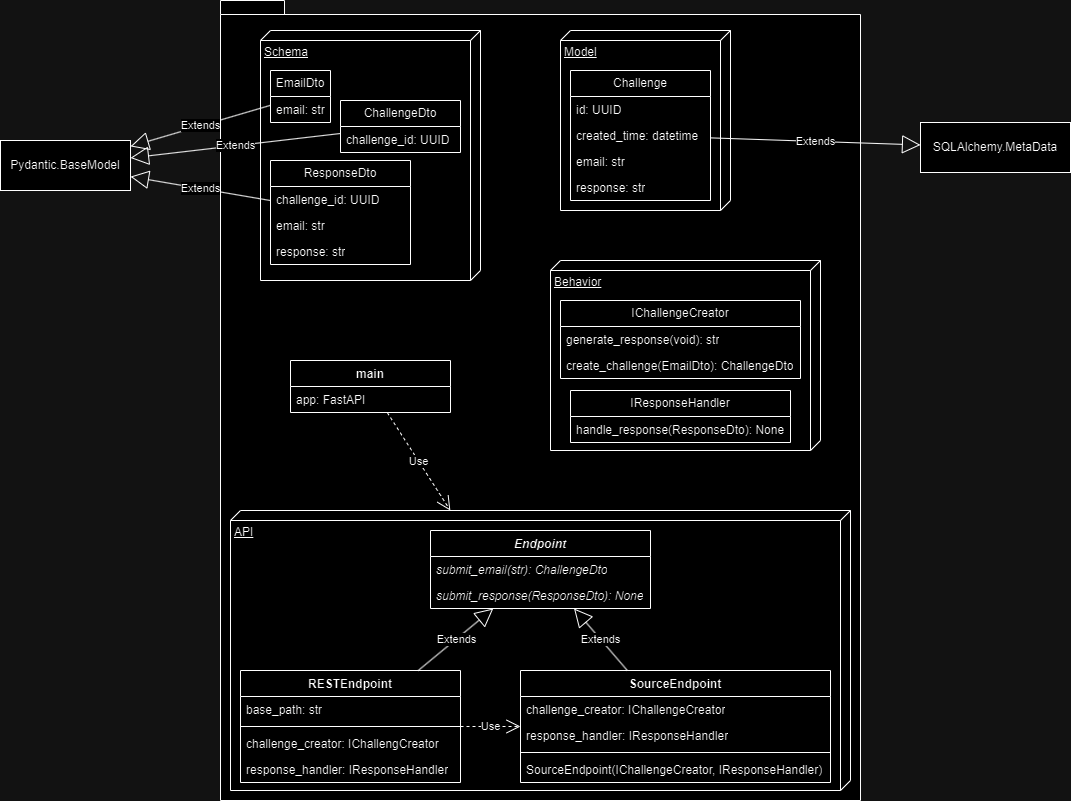
The draw.io diagram docs/uml.png in mwhicks-dev/authmail, before a commit. Source tidied: cells renumbered, new cells last; positions are measured from the earlier drawing's top-left corner, leaving out a move shared by most shapes. Its diagram source:
```xml
<mxGraphModel>
  <root>
    <mxCell id="0" />
    <mxCell id="1" parent="0" />
    <mxCell id="2" style="shape=folder;fontStyle=1;spacingTop=10;tabWidth=40;tabHeight=14;tabPosition=left;html=1;whiteSpace=wrap;" parent="1" vertex="1">
      <mxGeometry x="220" width="640" height="800" as="geometry" />
    </mxCell>
    <mxCell id="3" value="API" style="verticalAlign=top;align=left;spacingTop=8;spacingLeft=2;spacingRight=12;shape=cube;size=10;direction=south;fontStyle=4;html=1;whiteSpace=wrap;" parent="1" vertex="1">
      <mxGeometry x="230" y="510" width="620" height="280" as="geometry" />
    </mxCell>
    <mxCell id="4" value="Behavior" style="verticalAlign=top;align=left;spacingTop=8;spacingLeft=2;spacingRight=12;shape=cube;size=10;direction=south;fontStyle=4;html=1;whiteSpace=wrap;" parent="1" vertex="1">
      <mxGeometry x="550" y="260" width="270" height="190" as="geometry" />
    </mxCell>
    <mxCell id="5" value="Model" style="verticalAlign=top;align=left;spacingTop=8;spacingLeft=2;spacingRight=12;shape=cube;size=10;direction=south;fontStyle=4;html=1;whiteSpace=wrap;" parent="1" vertex="1">
      <mxGeometry x="560" y="30" width="170" height="180" as="geometry" />
    </mxCell>
    <mxCell id="6" value="Schema" style="verticalAlign=top;align=left;spacingTop=8;spacingLeft=2;spacingRight=12;shape=cube;size=10;direction=south;fontStyle=4;html=1;whiteSpace=wrap;" parent="1" vertex="1">
      <mxGeometry x="260" y="30" width="220" height="250" as="geometry" />
    </mxCell>
    <mxCell id="7" value="EmailDto" style="swimlane;fontStyle=0;horizontal=1;startSize=26;fillColor=none;whiteSpace=wrap;html=1;" parent="1" vertex="1">
      <mxGeometry x="270" y="70" width="60" height="52" as="geometry" />
    </mxCell>
    <mxCell id="8" value="email: str" style="text;strokeColor=none;fillColor=none;align=left;verticalAlign=top;spacingLeft=4;spacingRight=4;overflow=hidden;whiteSpace=wrap;html=1;" parent="7" vertex="1">
      <mxGeometry y="26" width="60" height="26" as="geometry" />
    </mxCell>
    <mxCell id="9" value="ChallengeDto" style="swimlane;fontStyle=0;horizontal=1;startSize=26;fillColor=none;whiteSpace=wrap;html=1;" parent="1" vertex="1">
      <mxGeometry x="340" y="100" width="120" height="52" as="geometry" />
    </mxCell>
    <mxCell id="10" value="challenge_id: UUID" style="text;strokeColor=none;fillColor=none;align=left;verticalAlign=top;spacingLeft=4;spacingRight=4;overflow=hidden;whiteSpace=wrap;html=1;" parent="9" vertex="1">
      <mxGeometry y="26" width="120" height="26" as="geometry" />
    </mxCell>
    <mxCell id="11" value="ResponseDto" style="swimlane;fontStyle=0;horizontal=1;startSize=26;fillColor=none;whiteSpace=wrap;html=1;" parent="1" vertex="1">
      <mxGeometry x="270" y="160" width="140" height="104" as="geometry" />
    </mxCell>
    <mxCell id="12" value="challenge_id: UUID" style="text;strokeColor=none;fillColor=none;align=left;verticalAlign=top;spacingLeft=4;spacingRight=4;overflow=hidden;whiteSpace=wrap;html=1;" parent="11" vertex="1">
      <mxGeometry y="26" width="140" height="26" as="geometry" />
    </mxCell>
    <mxCell id="13" value="email: str" style="text;strokeColor=none;fillColor=none;align=left;verticalAlign=top;spacingLeft=4;spacingRight=4;overflow=hidden;whiteSpace=wrap;html=1;" parent="11" vertex="1">
      <mxGeometry y="52" width="140" height="26" as="geometry" />
    </mxCell>
    <mxCell id="14" value="response: str" style="text;strokeColor=none;fillColor=none;align=left;verticalAlign=top;spacingLeft=4;spacingRight=4;overflow=hidden;whiteSpace=wrap;html=1;" parent="11" vertex="1">
      <mxGeometry y="78" width="140" height="26" as="geometry" />
    </mxCell>
    <mxCell id="15" value="Pydantic.BaseModel" style="html=1;whiteSpace=wrap;" parent="1" vertex="1">
      <mxGeometry y="140" width="130" height="50" as="geometry" />
    </mxCell>
    <mxCell id="16" value="Extends" style="endArrow=block;endSize=16;endFill=0;html=1;rounded=0;" parent="1" edge="1" source="7" target="15">
      <mxGeometry relative="1" as="geometry" />
    </mxCell>
    <mxCell id="17" value="Extends" style="endArrow=block;endSize=16;endFill=0;html=1;rounded=0;" parent="1" edge="1" source="11" target="15">
      <mxGeometry relative="1" as="geometry" />
    </mxCell>
    <mxCell id="18" value="Extends" style="endArrow=block;endSize=16;endFill=0;html=1;rounded=0;" parent="1" edge="1" source="9" target="15">
      <mxGeometry relative="1" as="geometry" />
    </mxCell>
    <mxCell id="19" value="Challenge" style="swimlane;fontStyle=0;horizontal=1;startSize=26;fillColor=none;whiteSpace=wrap;html=1;" parent="1" vertex="1">
      <mxGeometry x="570" y="70" width="140" height="130" as="geometry" />
    </mxCell>
    <mxCell id="20" value="id: UUID" style="text;strokeColor=none;fillColor=none;align=left;verticalAlign=top;spacingLeft=4;spacingRight=4;overflow=hidden;whiteSpace=wrap;html=1;" parent="19" vertex="1">
      <mxGeometry y="26" width="140" height="26" as="geometry" />
    </mxCell>
    <mxCell id="21" value="created_time: datetime" style="text;strokeColor=none;fillColor=none;align=left;verticalAlign=top;spacingLeft=4;spacingRight=4;overflow=hidden;whiteSpace=wrap;html=1;" parent="19" vertex="1">
      <mxGeometry y="52" width="140" height="26" as="geometry" />
    </mxCell>
    <mxCell id="22" value="email: str" style="text;strokeColor=none;fillColor=none;align=left;verticalAlign=top;spacingLeft=4;spacingRight=4;overflow=hidden;whiteSpace=wrap;html=1;" parent="19" vertex="1">
      <mxGeometry y="78" width="140" height="26" as="geometry" />
    </mxCell>
    <mxCell id="23" value="response: str" style="text;strokeColor=none;fillColor=none;align=left;verticalAlign=top;spacingLeft=4;spacingRight=4;overflow=hidden;whiteSpace=wrap;html=1;" parent="19" vertex="1">
      <mxGeometry y="104" width="140" height="26" as="geometry" />
    </mxCell>
    <mxCell id="24" value="SQLAlchemy.MetaData" style="html=1;whiteSpace=wrap;" parent="1" vertex="1">
      <mxGeometry x="920" y="122" width="150" height="50" as="geometry" />
    </mxCell>
    <mxCell id="25" value="Extends" style="endArrow=block;endSize=16;endFill=0;html=1;rounded=0;" parent="1" edge="1" source="19" target="24">
      <mxGeometry relative="1" as="geometry" />
    </mxCell>
    <mxCell id="26" value="IChallengeCreator" style="swimlane;fontStyle=0;horizontal=1;startSize=26;fillColor=none;whiteSpace=wrap;html=1;" parent="1" vertex="1">
      <mxGeometry x="560" y="300" width="240" height="78" as="geometry" />
    </mxCell>
    <mxCell id="27" value="generate_response(void): str" style="text;strokeColor=none;fillColor=none;align=left;verticalAlign=top;spacingLeft=4;spacingRight=4;overflow=hidden;whiteSpace=wrap;html=1;" parent="26" vertex="1">
      <mxGeometry y="26" width="240" height="26" as="geometry" />
    </mxCell>
    <mxCell id="28" value="create_challenge(EmailDto): ChallengeDto" style="text;strokeColor=none;fillColor=none;align=left;verticalAlign=top;spacingLeft=4;spacingRight=4;overflow=hidden;whiteSpace=wrap;html=1;" parent="26" vertex="1">
      <mxGeometry y="52" width="240" height="26" as="geometry" />
    </mxCell>
    <mxCell id="29" value="IResponseHandler" style="swimlane;fontStyle=0;horizontal=1;startSize=26;fillColor=none;whiteSpace=wrap;html=1;" parent="1" vertex="1">
      <mxGeometry x="570" y="390" width="220" height="52" as="geometry" />
    </mxCell>
    <mxCell id="30" value="handle_response(ResponseDto): None" style="text;strokeColor=none;fillColor=none;align=left;verticalAlign=top;spacingLeft=4;spacingRight=4;overflow=hidden;whiteSpace=wrap;html=1;" parent="29" vertex="1">
      <mxGeometry y="26" width="220" height="26" as="geometry" />
    </mxCell>
    <mxCell id="31" value="&lt;i&gt;Endpoint&lt;/i&gt;" style="swimlane;fontStyle=1;align=center;verticalAlign=top;horizontal=1;startSize=26;whiteSpace=wrap;html=1;" parent="1" vertex="1">
      <mxGeometry x="430" y="530" width="220" height="78" as="geometry" />
    </mxCell>
    <mxCell id="32" value="&lt;i&gt;submit_email(str): ChallengeDto&lt;/i&gt;" style="text;strokeColor=none;fillColor=none;align=left;verticalAlign=top;spacingLeft=4;spacingRight=4;overflow=hidden;whiteSpace=wrap;html=1;" parent="31" vertex="1">
      <mxGeometry y="26" width="220" height="26" as="geometry" />
    </mxCell>
    <mxCell id="33" value="&lt;i&gt;submit_response(ResponseDto): None&lt;/i&gt;" style="text;strokeColor=none;fillColor=none;align=left;verticalAlign=top;spacingLeft=4;spacingRight=4;overflow=hidden;whiteSpace=wrap;html=1;" parent="31" vertex="1">
      <mxGeometry y="52" width="220" height="26" as="geometry" />
    </mxCell>
    <mxCell id="34" value="SourceEndpoint" style="swimlane;fontStyle=1;align=center;verticalAlign=top;horizontal=1;startSize=26;whiteSpace=wrap;html=1;" parent="1" vertex="1">
      <mxGeometry x="520" y="670" width="310" height="112" as="geometry" />
    </mxCell>
    <mxCell id="35" value="challenge_creator: IChallengeCreator" style="text;strokeColor=none;fillColor=none;align=left;verticalAlign=top;spacingLeft=4;spacingRight=4;overflow=hidden;whiteSpace=wrap;html=1;" parent="34" vertex="1">
      <mxGeometry y="26" width="310" height="26" as="geometry" />
    </mxCell>
    <mxCell id="36" value="response_handler: IResponseHandler" style="text;strokeColor=none;fillColor=none;align=left;verticalAlign=top;spacingLeft=4;spacingRight=4;overflow=hidden;whiteSpace=wrap;html=1;" parent="34" vertex="1">
      <mxGeometry y="52" width="310" height="26" as="geometry" />
    </mxCell>
    <mxCell id="37" style="line;strokeWidth=1;fillColor=none;align=left;verticalAlign=middle;spacingTop=-1;spacingLeft=3;spacingRight=3;labelPosition=right;strokeColor=inherit;" parent="34" vertex="1">
      <mxGeometry y="78" width="310" height="8" as="geometry" />
    </mxCell>
    <mxCell id="38" value="SourceEndpoint(IChallengeCreator, IResponseHandler)" style="text;strokeColor=none;fillColor=none;align=left;verticalAlign=top;spacingLeft=4;spacingRight=4;overflow=hidden;whiteSpace=wrap;html=1;" parent="34" vertex="1">
      <mxGeometry y="86" width="310" height="26" as="geometry" />
    </mxCell>
    <mxCell id="39" value="RESTEndpoint" style="swimlane;fontStyle=1;align=center;verticalAlign=top;horizontal=1;startSize=26;whiteSpace=wrap;html=1;" parent="1" vertex="1">
      <mxGeometry x="240" y="670" width="220" height="112" as="geometry" />
    </mxCell>
    <mxCell id="40" value="base_path: str" style="text;strokeColor=none;fillColor=none;align=left;verticalAlign=top;spacingLeft=4;spacingRight=4;overflow=hidden;whiteSpace=wrap;html=1;" parent="39" vertex="1">
      <mxGeometry y="26" width="220" height="26" as="geometry" />
    </mxCell>
    <mxCell id="41" style="line;strokeWidth=1;fillColor=none;align=left;verticalAlign=middle;spacingTop=-1;spacingLeft=3;spacingRight=3;labelPosition=right;strokeColor=inherit;" parent="39" vertex="1">
      <mxGeometry y="52" width="220" height="8" as="geometry" />
    </mxCell>
    <mxCell id="42" value="challenge_creator: IChallengCreator" style="text;strokeColor=none;fillColor=none;align=left;verticalAlign=top;spacingLeft=4;spacingRight=4;overflow=hidden;whiteSpace=wrap;html=1;" parent="39" vertex="1">
      <mxGeometry y="60" width="220" height="26" as="geometry" />
    </mxCell>
    <mxCell id="43" value="response_handler: IResponseHandler" style="text;strokeColor=none;fillColor=none;align=left;verticalAlign=top;spacingLeft=4;spacingRight=4;overflow=hidden;whiteSpace=wrap;html=1;" parent="39" vertex="1">
      <mxGeometry y="86" width="220" height="26" as="geometry" />
    </mxCell>
    <mxCell id="44" value="Use" style="endArrow=open;endSize=12;dashed=1;html=1;rounded=0;" parent="1" edge="1" source="39" target="34">
      <mxGeometry relative="1" as="geometry" />
    </mxCell>
    <mxCell id="45" value="Extends" style="endArrow=block;endSize=16;endFill=0;html=1;rounded=0;" parent="1" edge="1" source="34" target="31">
      <mxGeometry relative="1" as="geometry" />
    </mxCell>
    <mxCell id="46" value="Extends" style="endArrow=block;endSize=16;endFill=0;html=1;rounded=0;" parent="1" edge="1" source="39" target="31">
      <mxGeometry relative="1" as="geometry" />
    </mxCell>
    <mxCell id="47" value="main" style="swimlane;fontStyle=1;align=center;verticalAlign=top;horizontal=1;startSize=26;whiteSpace=wrap;html=1;" parent="1" vertex="1">
      <mxGeometry x="290" y="360" width="160" height="52" as="geometry" />
    </mxCell>
    <mxCell id="48" value="app: FastAPI" style="text;strokeColor=none;fillColor=none;align=left;verticalAlign=top;spacingLeft=4;spacingRight=4;overflow=hidden;whiteSpace=wrap;html=1;" parent="47" vertex="1">
      <mxGeometry y="26" width="160" height="26" as="geometry" />
    </mxCell>
    <mxCell id="49" value="Use" style="endArrow=open;endSize=12;dashed=1;html=1;rounded=0;" parent="1" edge="1" source="47" target="3">
      <mxGeometry relative="1" as="geometry" />
    </mxCell>
  </root>
</mxGraphModel>
```
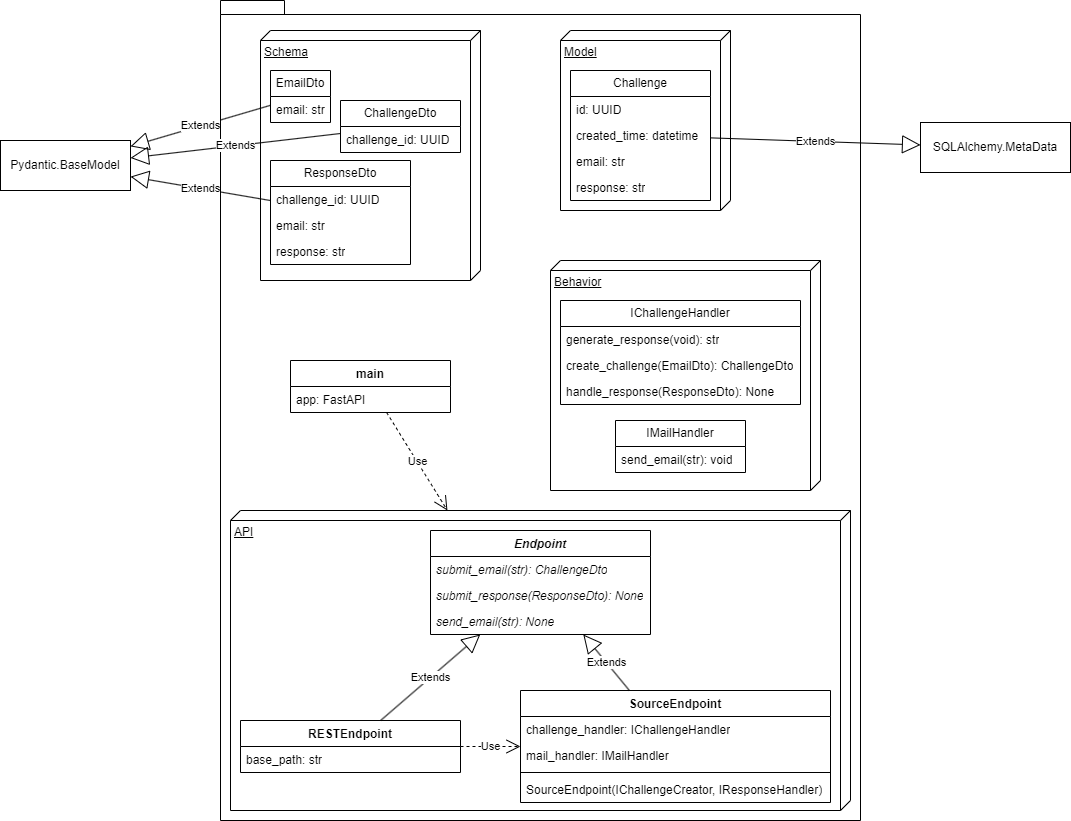
Above is the later version.

Commit message:
Improved formatting and other fixes #1

The edit, as a diff of the source:
```diff
@@ -3,13 +3,13 @@
     <mxCell id="0" />
     <mxCell id="1" parent="0" />
     <mxCell id="2" style="shape=folder;fontStyle=1;spacingTop=10;tabWidth=40;tabHeight=14;tabPosition=left;html=1;whiteSpace=wrap;" parent="1" vertex="1">
-      <mxGeometry x="220" width="640" height="800" as="geometry" />
+      <mxGeometry x="220" width="640" height="820" as="geometry" />
     </mxCell>
     <mxCell id="3" value="API" style="verticalAlign=top;align=left;spacingTop=8;spacingLeft=2;spacingRight=12;shape=cube;size=10;direction=south;fontStyle=4;html=1;whiteSpace=wrap;" parent="1" vertex="1">
-      <mxGeometry x="230" y="510" width="620" height="280" as="geometry" />
+      <mxGeometry x="230" y="510" width="620" height="300" as="geometry" />
     </mxCell>
     <mxCell id="4" value="Behavior" style="verticalAlign=top;align=left;spacingTop=8;spacingLeft=2;spacingRight=12;shape=cube;size=10;direction=south;fontStyle=4;html=1;whiteSpace=wrap;" parent="1" vertex="1">
-      <mxGeometry x="550" y="260" width="270" height="190" as="geometry" />
+      <mxGeometry x="550" y="260" width="270" height="230" as="geometry" />
     </mxCell>
     <mxCell id="5" value="Model" style="verticalAlign=top;align=left;spacingTop=8;spacingLeft=2;spacingRight=12;shape=cube;size=10;direction=south;fontStyle=4;html=1;whiteSpace=wrap;" parent="1" vertex="1">
       <mxGeometry x="560" y="30" width="170" height="180" as="geometry" />
@@ -74,8 +74,8 @@
     <mxCell id="25" value="Extends" style="endArrow=block;endSize=16;endFill=0;html=1;rounded=0;" parent="1" edge="1" source="19" target="24">
       <mxGeometry relative="1" as="geometry" />
     </mxCell>
-    <mxCell id="26" value="IChallengeCreator" style="swimlane;fontStyle=0;horizontal=1;startSize=26;fillColor=none;whiteSpace=wrap;html=1;" parent="1" vertex="1">
-      <mxGeometry x="560" y="300" width="240" height="78" as="geometry" />
+    <mxCell id="26" value="IChallengeHandler" style="swimlane;fontStyle=0;horizontal=1;startSize=26;fillColor=none;whiteSpace=wrap;html=1;" parent="1" vertex="1">
+      <mxGeometry x="560" y="300" width="240" height="104" as="geometry" />
     </mxCell>
     <mxCell id="27" value="generate_response(void): str" style="text;strokeColor=none;fillColor=none;align=left;verticalAlign=top;spacingLeft=4;spacingRight=4;overflow=hidden;whiteSpace=wrap;html=1;" parent="26" vertex="1">
       <mxGeometry y="26" width="240" height="26" as="geometry" />
@@ -83,14 +83,11 @@
     <mxCell id="28" value="create_challenge(EmailDto): ChallengeDto" style="text;strokeColor=none;fillColor=none;align=left;verticalAlign=top;spacingLeft=4;spacingRight=4;overflow=hidden;whiteSpace=wrap;html=1;" parent="26" vertex="1">
       <mxGeometry y="52" width="240" height="26" as="geometry" />
     </mxCell>
-    <mxCell id="29" value="IResponseHandler" style="swimlane;fontStyle=0;horizontal=1;startSize=26;fillColor=none;whiteSpace=wrap;html=1;" parent="1" vertex="1">
-      <mxGeometry x="570" y="390" width="220" height="52" as="geometry" />
-    </mxCell>
-    <mxCell id="30" value="handle_response(ResponseDto): None" style="text;strokeColor=none;fillColor=none;align=left;verticalAlign=top;spacingLeft=4;spacingRight=4;overflow=hidden;whiteSpace=wrap;html=1;" parent="29" vertex="1">
-      <mxGeometry y="26" width="220" height="26" as="geometry" />
+    <mxCell id="30" value="handle_response(ResponseDto): None" style="text;strokeColor=none;fillColor=none;align=left;verticalAlign=top;spacingLeft=4;spacingRight=4;overflow=hidden;whiteSpace=wrap;html=1;" parent="26" vertex="1">
+      <mxGeometry y="78" width="240" height="26" as="geometry" />
     </mxCell>
     <mxCell id="31" value="&lt;i&gt;Endpoint&lt;/i&gt;" style="swimlane;fontStyle=1;align=center;verticalAlign=top;horizontal=1;startSize=26;whiteSpace=wrap;html=1;" parent="1" vertex="1">
-      <mxGeometry x="430" y="530" width="220" height="78" as="geometry" />
+      <mxGeometry x="430" y="530" width="220" height="104" as="geometry" />
     </mxCell>
     <mxCell id="32" value="&lt;i&gt;submit_email(str): ChallengeDto&lt;/i&gt;" style="text;strokeColor=none;fillColor=none;align=left;verticalAlign=top;spacingLeft=4;spacingRight=4;overflow=hidden;whiteSpace=wrap;html=1;" parent="31" vertex="1">
       <mxGeometry y="26" width="220" height="26" as="geometry" />
@@ -98,13 +95,16 @@
     <mxCell id="33" value="&lt;i&gt;submit_response(ResponseDto): None&lt;/i&gt;" style="text;strokeColor=none;fillColor=none;align=left;verticalAlign=top;spacingLeft=4;spacingRight=4;overflow=hidden;whiteSpace=wrap;html=1;" parent="31" vertex="1">
       <mxGeometry y="52" width="220" height="26" as="geometry" />
     </mxCell>
+    <mxCell id="50" value="&lt;i&gt;send_email(str): None&lt;/i&gt;" style="text;strokeColor=none;fillColor=none;align=left;verticalAlign=top;spacingLeft=4;spacingRight=4;overflow=hidden;whiteSpace=wrap;html=1;" parent="31" vertex="1">
+      <mxGeometry y="78" width="220" height="26" as="geometry" />
+    </mxCell>
     <mxCell id="34" value="SourceEndpoint" style="swimlane;fontStyle=1;align=center;verticalAlign=top;horizontal=1;startSize=26;whiteSpace=wrap;html=1;" parent="1" vertex="1">
-      <mxGeometry x="520" y="670" width="310" height="112" as="geometry" />
+      <mxGeometry x="520" y="690" width="310" height="112" as="geometry" />
     </mxCell>
-    <mxCell id="35" value="challenge_creator: IChallengeCreator" style="text;strokeColor=none;fillColor=none;align=left;verticalAlign=top;spacingLeft=4;spacingRight=4;overflow=hidden;whiteSpace=wrap;html=1;" parent="34" vertex="1">
+    <mxCell id="35" value="challenge_handler: IChallengeHandler" style="text;strokeColor=none;fillColor=none;align=left;verticalAlign=top;spacingLeft=4;spacingRight=4;overflow=hidden;whiteSpace=wrap;html=1;" parent="34" vertex="1">
       <mxGeometry y="26" width="310" height="26" as="geometry" />
     </mxCell>
-    <mxCell id="36" value="response_handler: IResponseHandler" style="text;strokeColor=none;fillColor=none;align=left;verticalAlign=top;spacingLeft=4;spacingRight=4;overflow=hidden;whiteSpace=wrap;html=1;" parent="34" vertex="1">
+    <mxCell id="36" value="mail_handler: IMailHandler" style="text;strokeColor=none;fillColor=none;align=left;verticalAlign=top;spacingLeft=4;spacingRight=4;overflow=hidden;whiteSpace=wrap;html=1;" parent="34" vertex="1">
       <mxGeometry y="52" width="310" height="26" as="geometry" />
     </mxCell>
     <mxCell id="37" style="line;strokeWidth=1;fillColor=none;align=left;verticalAlign=middle;spacingTop=-1;spacingLeft=3;spacingRight=3;labelPosition=right;strokeColor=inherit;" parent="34" vertex="1">
@@ -114,20 +114,11 @@
       <mxGeometry y="86" width="310" height="26" as="geometry" />
     </mxCell>
     <mxCell id="39" value="RESTEndpoint" style="swimlane;fontStyle=1;align=center;verticalAlign=top;horizontal=1;startSize=26;whiteSpace=wrap;html=1;" parent="1" vertex="1">
-      <mxGeometry x="240" y="670" width="220" height="112" as="geometry" />
+      <mxGeometry x="240" y="720" width="220" height="52" as="geometry" />
     </mxCell>
     <mxCell id="40" value="base_path: str" style="text;strokeColor=none;fillColor=none;align=left;verticalAlign=top;spacingLeft=4;spacingRight=4;overflow=hidden;whiteSpace=wrap;html=1;" parent="39" vertex="1">
       <mxGeometry y="26" width="220" height="26" as="geometry" />
     </mxCell>
-    <mxCell id="41" style="line;strokeWidth=1;fillColor=none;align=left;verticalAlign=middle;spacingTop=-1;spacingLeft=3;spacingRight=3;labelPosition=right;strokeColor=inherit;" parent="39" vertex="1">
-      <mxGeometry y="52" width="220" height="8" as="geometry" />
-    </mxCell>
-    <mxCell id="42" value="challenge_creator: IChallengCreator" style="text;strokeColor=none;fillColor=none;align=left;verticalAlign=top;spacingLeft=4;spacingRight=4;overflow=hidden;whiteSpace=wrap;html=1;" parent="39" vertex="1">
-      <mxGeometry y="60" width="220" height="26" as="geometry" />
-    </mxCell>
-    <mxCell id="43" value="response_handler: IResponseHandler" style="text;strokeColor=none;fillColor=none;align=left;verticalAlign=top;spacingLeft=4;spacingRight=4;overflow=hidden;whiteSpace=wrap;html=1;" parent="39" vertex="1">
-      <mxGeometry y="86" width="220" height="26" as="geometry" />
-    </mxCell>
     <mxCell id="44" value="Use" style="endArrow=open;endSize=12;dashed=1;html=1;rounded=0;" parent="1" edge="1" source="39" target="34">
       <mxGeometry relative="1" as="geometry" />
     </mxCell>
@@ -146,5 +137,11 @@
     <mxCell id="49" value="Use" style="endArrow=open;endSize=12;dashed=1;html=1;rounded=0;" parent="1" edge="1" source="47" target="3">
       <mxGeometry relative="1" as="geometry" />
     </mxCell>
+    <mxCell id="51" value="IMailHandler" style="swimlane;fontStyle=0;horizontal=1;startSize=26;fillColor=none;whiteSpace=wrap;html=1;" parent="1" vertex="1">
+      <mxGeometry x="615" y="420" width="130" height="52" as="geometry" />
+    </mxCell>
+    <mxCell id="52" value="send_email(str): void" style="text;strokeColor=none;fillColor=none;align=left;verticalAlign=top;spacingLeft=4;spacingRight=4;overflow=hidden;whiteSpace=wrap;html=1;" parent="51" vertex="1">
+      <mxGeometry y="26" width="130" height="26" as="geometry" />
+    </mxCell>
   </root>
 </mxGraphModel>
```
